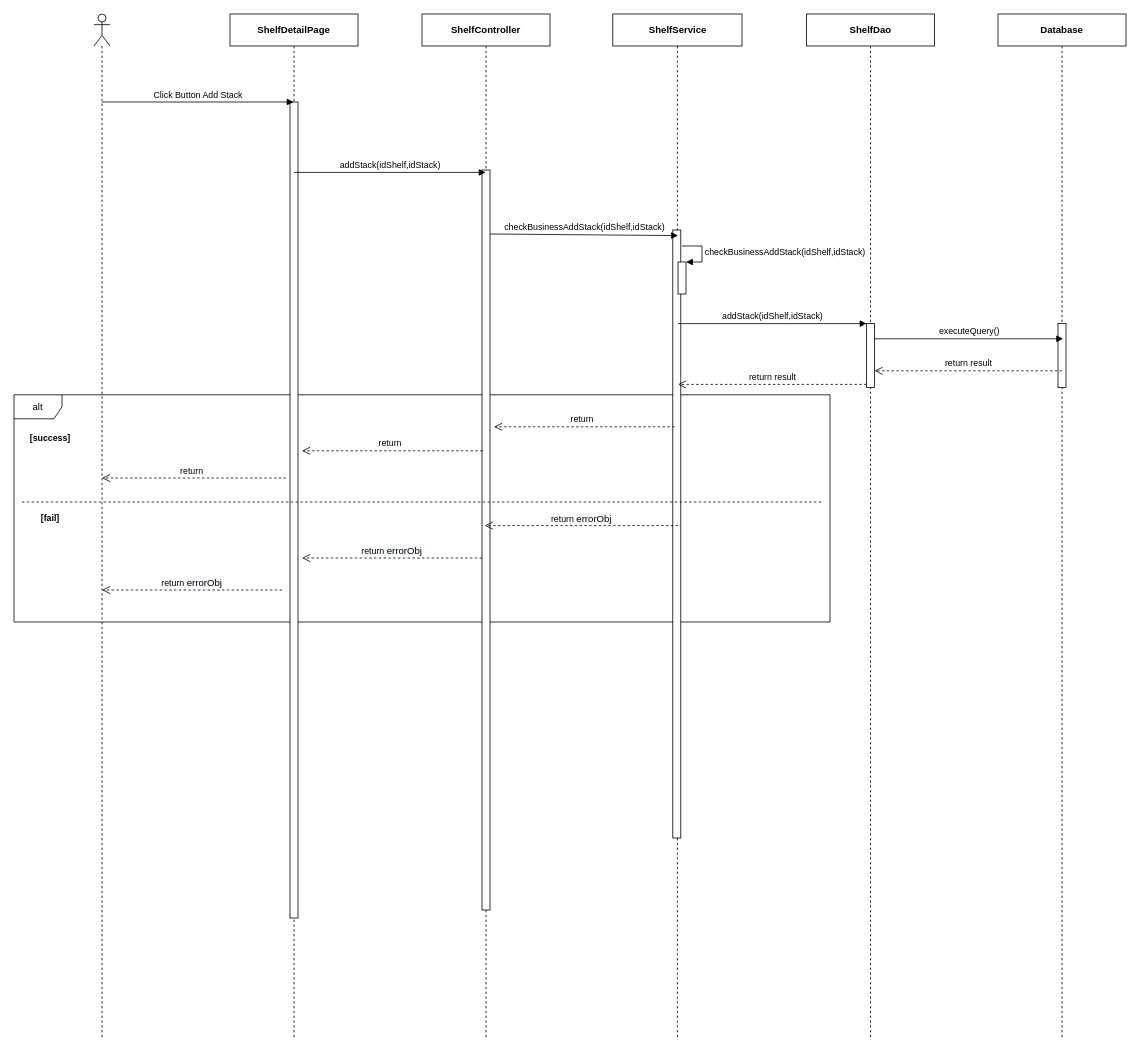
Before: page "Ev05" (3 of 4) of 0. Create/Sequece/sc02/SC0201_ShelfDetail.drawio in luannmdev/CapstoneDocument, a draw.io diagram. Source tidied: cells renumbered, new cells numbered last; positions are measured from the earlier drawing's top-left corner, leaving out a move shared by most shapes. Both pictures are drawn from the tidied source at 80%, with x=0, y=0 at pixel (14, 14).
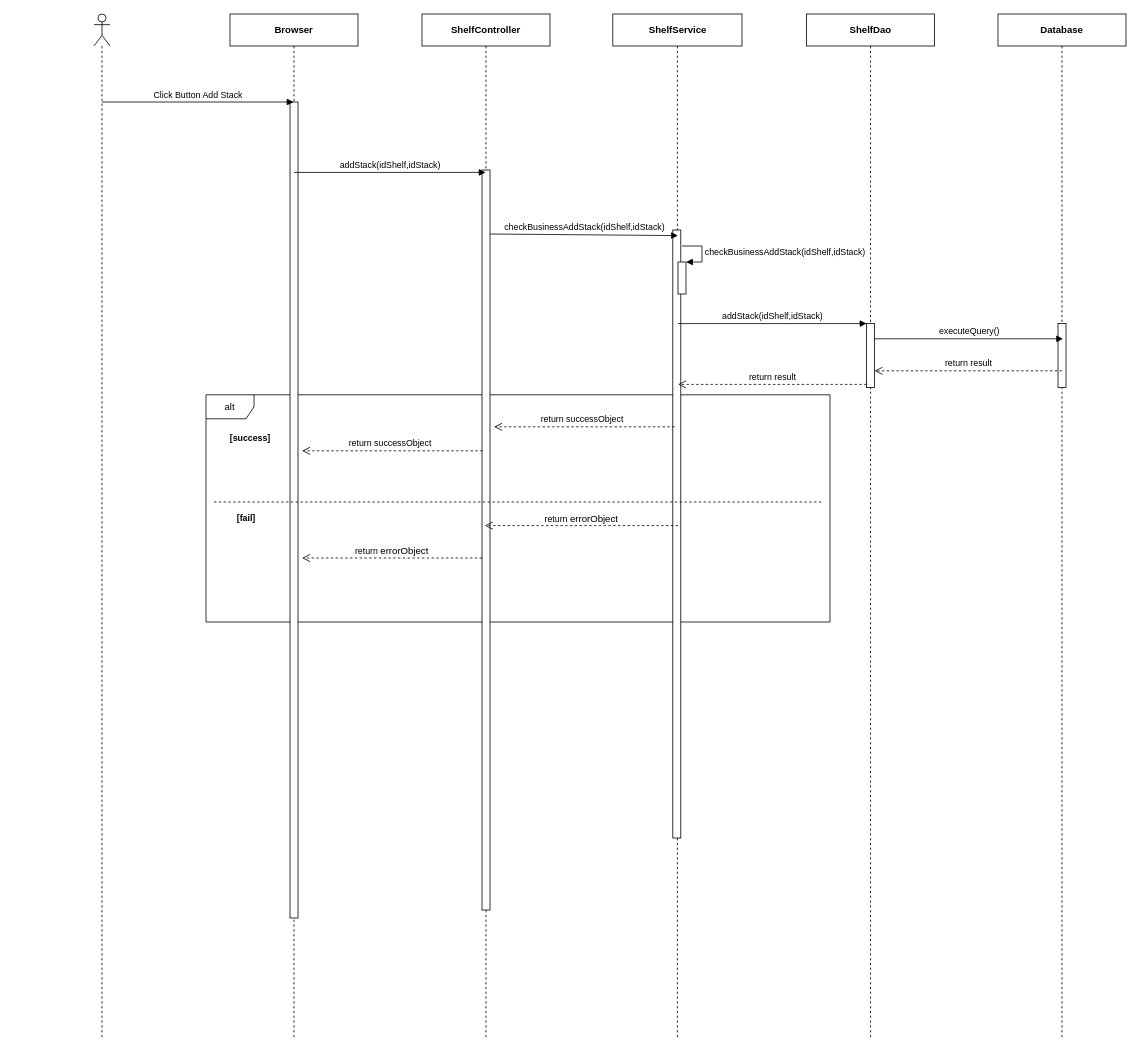
The same diagram, later.

The edit, as a diff of the source:
```diff
@@
     <mxCell id="2" value="alt" style="shape=umlFrame;whiteSpace=wrap;html=1;" parent="1" vertex="1">
-      <mxGeometry y="476" width="1020" height="284" as="geometry" />
+      <mxGeometry x="240" y="476" width="780" height="284" as="geometry" />
     </mxCell>
@@
-    <mxCell id="4" value="&lt;b&gt;ShelfDetailPage&lt;/b&gt;" style="shape=umlLifeline;perimeter=lifelinePerimeter;whiteSpace=wrap;html=1;outlineConnect=0;" parent="1" vertex="1">
+    <mxCell id="4" value="&lt;b&gt;Browser&lt;/b&gt;" style="shape=umlLifeline;perimeter=lifelinePerimeter;whiteSpace=wrap;html=1;outlineConnect=0;" parent="1" vertex="1">
       <mxGeometry x="270" width="160" height="1280" as="geometry" />
     </mxCell>
@@
-    <mxCell id="19" value="return&amp;nbsp;&lt;span style=&quot;font-size: 12px ; background-color: rgb(248 , 249 , 250)&quot;&gt;errorObj&lt;/span&gt;" style="html=1;verticalAlign=bottom;endArrow=open;dashed=1;endSize=8;" parent="1" edge="1">
+    <mxCell id="19" value="return&amp;nbsp;&lt;span style=&quot;font-size: 12px ; background-color: rgb(248 , 249 , 250)&quot;&gt;errorObject&lt;/span&gt;" style="html=1;verticalAlign=bottom;endArrow=open;dashed=1;endSize=8;" parent="1" edge="1">
       <mxGeometry relative="1" as="geometry">
         <mxPoint x="830" y="639.5" as="sourcePoint" />
         <mxPoint x="588.5" y="639.5" as="targetPoint" />
       </mxGeometry>
     </mxCell>
@@
-    <mxCell id="24" value="return" style="html=1;verticalAlign=bottom;endArrow=open;dashed=1;endSize=8;" parent="1" edge="1">
+    <mxCell id="24" value="return successObject" style="html=1;verticalAlign=bottom;endArrow=open;dashed=1;endSize=8;" parent="1" edge="1">
       <mxGeometry x="0.03" relative="1" as="geometry">
         <mxPoint x="825.7" y="516" as="sourcePoint" />
         <mxPoint x="600" y="516" as="targetPoint" />
         <Array as="points">
           <mxPoint x="720" y="516" />
         </Array>
       </mxGeometry>
     </mxCell>
-    <mxCell id="25" value="return" style="html=1;verticalAlign=bottom;endArrow=open;dashed=1;endSize=8;" parent="1" edge="1">
+    <mxCell id="25" value="return successObject" style="html=1;verticalAlign=bottom;endArrow=open;dashed=1;endSize=8;" parent="1" edge="1">
       <mxGeometry x="0.03" relative="1" as="geometry">
         <mxPoint x="585.7" y="546" as="sourcePoint" />
         <mxPoint x="360" y="546" as="targetPoint" />
         <Array as="points">
           <mxPoint x="480" y="546" />
         </Array>
       </mxGeometry>
     </mxCell>
-    <mxCell id="26" value="return&amp;nbsp;&lt;span style=&quot;font-size: 12px ; background-color: rgb(248 , 249 , 250)&quot;&gt;errorObj&lt;/span&gt;" style="html=1;verticalAlign=bottom;endArrow=open;dashed=1;endSize=8;" parent="1" edge="1">
+    <mxCell id="26" value="return&amp;nbsp;&lt;span style=&quot;font-size: 12px ; background-color: rgb(248 , 249 , 250)&quot;&gt;errorObject&lt;/span&gt;" style="html=1;verticalAlign=bottom;endArrow=open;dashed=1;endSize=8;" parent="1" edge="1">
       <mxGeometry relative="1" as="geometry">
         <mxPoint x="585" y="680" as="sourcePoint" />
         <mxPoint x="360" y="680" as="targetPoint" />
       </mxGeometry>
     </mxCell>
-    <mxCell id="27" value="return" style="html=1;verticalAlign=bottom;endArrow=open;dashed=1;endSize=8;" parent="1" edge="1">
-      <mxGeometry x="0.03" relative="1" as="geometry">
-        <mxPoint x="340" y="580" as="sourcePoint" />
-        <mxPoint x="110" y="580" as="targetPoint" />
-        <Array as="points">
-          <mxPoint x="230" y="580" />
-        </Array>
-      </mxGeometry>
-    </mxCell>
-    <mxCell id="28" value="return&amp;nbsp;&lt;span style=&quot;font-size: 12px ; background-color: rgb(248 , 249 , 250)&quot;&gt;errorObj&lt;/span&gt;" style="html=1;verticalAlign=bottom;endArrow=open;dashed=1;endSize=8;" parent="1" edge="1">
-      <mxGeometry relative="1" as="geometry">
-        <mxPoint x="335" y="720" as="sourcePoint" />
-        <mxPoint x="110" y="720" as="targetPoint" />
-      </mxGeometry>
-    </mxCell>
     <mxCell id="29" style="endArrow=none;dashed=1;html=1;" parent="1" edge="1">
       <mxGeometry relative="1" as="geometry">
-        <mxPoint x="10" y="610" as="sourcePoint" />
+        <mxPoint x="250" y="610" as="sourcePoint" />
         <mxPoint x="1010" y="610" as="targetPoint" />
       </mxGeometry>
     </mxCell>
     <mxCell id="30" value="&lt;span style=&quot;font-size: 11px ; background-color: rgb(255 , 255 , 255)&quot;&gt;&lt;b&gt;[success]&lt;/b&gt;&lt;/span&gt;" style="text;html=1;align=center;verticalAlign=middle;" parent="1" vertex="1">
-      <mxGeometry x="10" y="520" width="70" height="20" as="geometry" />
+      <mxGeometry x="260" y="520" width="70" height="20" as="geometry" />
     </mxCell>
     <mxCell id="31" value="&lt;span style=&quot;font-size: 11px ; background-color: rgb(255 , 255 , 255)&quot;&gt;&lt;b&gt;[fail]&lt;/b&gt;&lt;/span&gt;" style="text;html=1;align=center;verticalAlign=middle;" parent="1" vertex="1">
-      <mxGeometry x="25" y="620" width="40" height="20" as="geometry" />
+      <mxGeometry x="270" y="620" width="40" height="20" as="geometry" />
     </mxCell>
```
